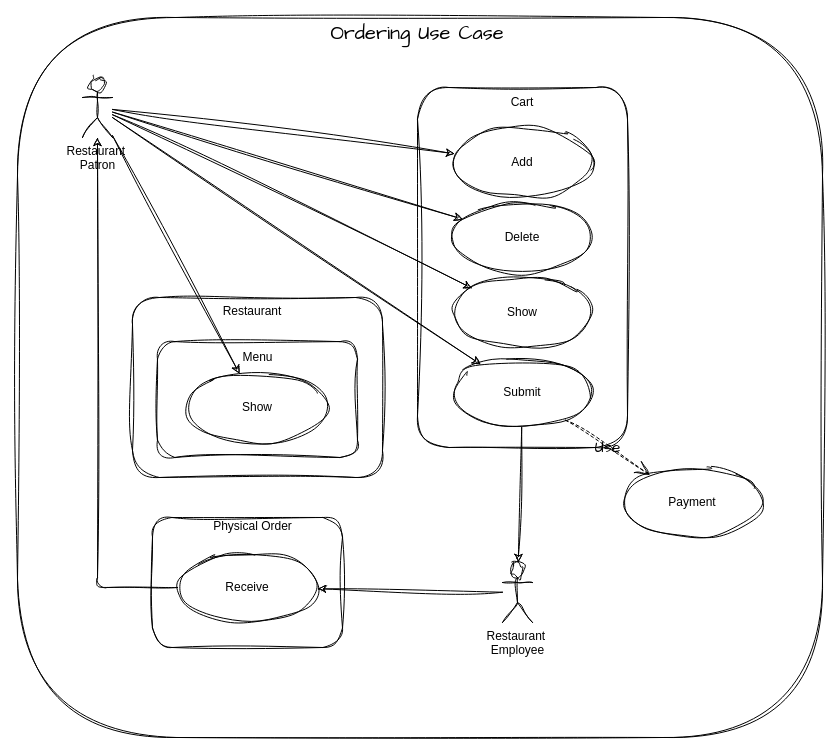
Above: page "OverallUseCase" (1 of 4) of diagrams/OrderingUseCase.drawio in k0nig1/verkauf-konig (draw.io), before the change. Source tidied: cells renumbered, new cells numbered last; positions are measured from the earlier drawing's top-left corner, leaving out a move shared by most shapes. Both pictures are drawn from the tidied source at 100%, with x=0, y=0 at pixel (17, 17).
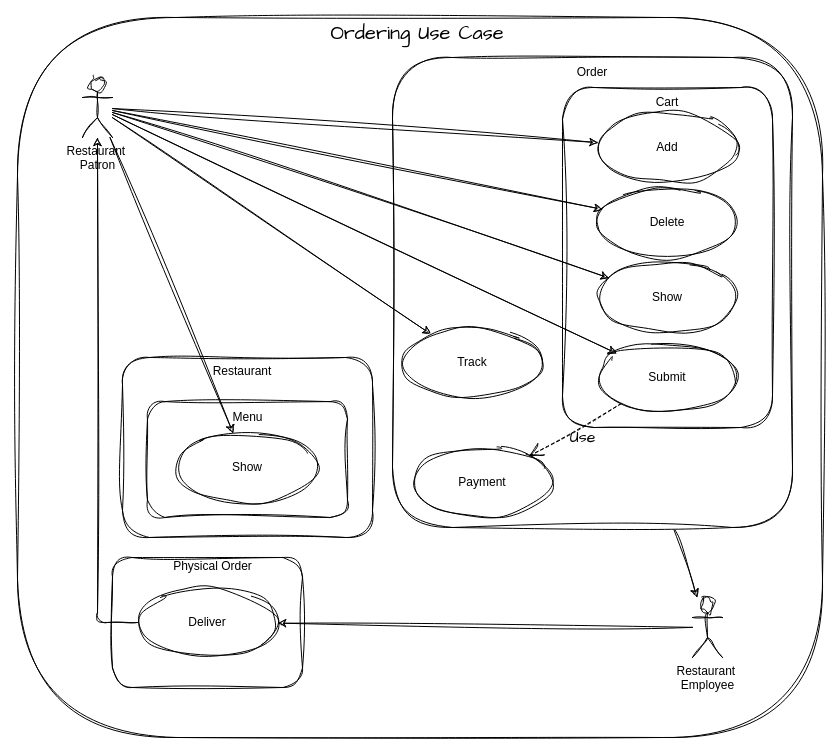
The same diagram, later.

Commit message (it also covers changes not shown here):
usecase diagram update

What changed in the source:
```diff
@@
-    <mxCell id="3" value="Ordering Use Case" style="text;html=1;strokeColor=none;fillColor=none;align=center;verticalAlign=middle;whiteSpace=wrap;rounded=0;fontSize=20;fontFamily=Architects Daughter;labelBackgroundColor=none;" parent="1" vertex="1">
-      <mxGeometry x="285" width="230" height="30" as="geometry" />
-    </mxCell>
-    <mxCell id="4" value="Restaurant&amp;nbsp;&lt;br&gt;Patron" style="shape=umlActor;verticalLabelPosition=bottom;verticalAlign=top;html=1;outlineConnect=0;sketch=1;curveFitting=1;jiggle=2;rounded=1;labelBackgroundColor=none;" parent="1" vertex="1">
-      <mxGeometry x="65" y="60" width="30" height="60" as="geometry" />
-    </mxCell>
-    <mxCell id="5" value="Restaurant&amp;nbsp;&lt;br&gt;Employee" style="shape=umlActor;verticalLabelPosition=bottom;verticalAlign=top;html=1;outlineConnect=0;sketch=1;curveFitting=1;jiggle=2;rounded=1;labelBackgroundColor=none;" parent="1" vertex="1">
-      <mxGeometry x="485" y="545" width="30" height="60" as="geometry" />
-    </mxCell>
-    <mxCell id="6" style="group;sketch=1;curveFitting=1;jiggle=2;labelBorderColor=default;rounded=1;labelBackgroundColor=none;" parent="1" vertex="1">
-      <mxGeometry x="400" y="70" width="210" height="360" as="geometry" />
-    </mxCell>
-    <mxCell id="7" style="group;sketch=1;curveFitting=1;jiggle=2;rounded=1;labelBackgroundColor=none;" parent="6" vertex="1">
-      <mxGeometry width="210" height="360" as="geometry" />
-    </mxCell>
+    <mxCell id="34" style="rounded=0;sketch=1;hachureGap=4;jiggle=2;curveFitting=1;jettySize=auto;html=1;fontFamily=Architects Daughter;fontSize=16;" parent="1" edge="1" source="35" target="5">
+      <mxGeometry relative="1" as="geometry" />
+    </mxCell>
+    <mxCell id="35" style="rounded=1;whiteSpace=wrap;html=1;sketch=1;hachureGap=4;jiggle=2;curveFitting=1;fontFamily=Architects Daughter;fontSize=20;" parent="1" vertex="1">
+      <mxGeometry x="375" y="40" width="400" height="470" as="geometry" />
+    </mxCell>
+    <mxCell id="36" style="group;" parent="1" vertex="1">
+      <mxGeometry x="545" y="70" width="210" height="340" as="geometry" />
+    </mxCell>
-    <mxCell id="8" style="rounded=1;whiteSpace=wrap;html=1;sketch=1;curveFitting=1;jiggle=2;labelBackgroundColor=none;" parent="7" vertex="1">
-      <mxGeometry width="210" height="360" as="geometry" />
+    <mxCell id="8" style="rounded=1;whiteSpace=wrap;html=1;sketch=1;curveFitting=1;jiggle=2;labelBackgroundColor=none;" parent="36" vertex="1">
+      <mxGeometry width="210" height="340" as="geometry" />
     </mxCell>
-    <mxCell id="9" value="Cart" style="text;html=1;align=center;verticalAlign=middle;whiteSpace=wrap;rounded=1;labelBackgroundColor=none;sketch=1;curveFitting=1;jiggle=2;" parent="7" vertex="1">
-      <mxGeometry x="75" width="60" height="30" as="geometry" />
-    </mxCell>
-    <mxCell id="10" value="Delete" style="ellipse;whiteSpace=wrap;html=1;sketch=1;curveFitting=1;jiggle=2;rounded=1;labelBackgroundColor=none;" parent="6" vertex="1">
-      <mxGeometry x="35" y="115" width="140" height="70" as="geometry" />
+    <mxCell id="10" value="Delete" style="ellipse;whiteSpace=wrap;html=1;sketch=1;curveFitting=1;jiggle=2;rounded=1;labelBackgroundColor=none;" parent="36" vertex="1">
+      <mxGeometry x="35" y="100" width="140" height="70" as="geometry" />
     </mxCell>
-    <mxCell id="11" value="Add" style="ellipse;whiteSpace=wrap;html=1;sketch=1;curveFitting=1;jiggle=2;rounded=1;labelBackgroundColor=none;" parent="6" vertex="1">
-      <mxGeometry x="35" y="40" width="140" height="70" as="geometry" />
+    <mxCell id="11" value="Add" style="ellipse;whiteSpace=wrap;html=1;sketch=1;curveFitting=1;jiggle=2;rounded=1;labelBackgroundColor=none;" parent="36" vertex="1">
+      <mxGeometry x="35" y="25" width="140" height="70" as="geometry" />
     </mxCell>
-    <mxCell id="12" value="Show" style="ellipse;whiteSpace=wrap;html=1;sketch=1;curveFitting=1;jiggle=2;rounded=1;labelBackgroundColor=none;" parent="6" vertex="1">
-      <mxGeometry x="35" y="190" width="140" height="70" as="geometry" />
+    <mxCell id="12" value="Show" style="ellipse;whiteSpace=wrap;html=1;sketch=1;curveFitting=1;jiggle=2;rounded=1;labelBackgroundColor=none;" parent="36" vertex="1">
+      <mxGeometry x="35" y="175" width="140" height="70" as="geometry" />
     </mxCell>
-    <mxCell id="13" value="Submit" style="ellipse;whiteSpace=wrap;html=1;sketch=1;curveFitting=1;jiggle=2;rounded=1;labelBackgroundColor=none;" parent="6" vertex="1">
-      <mxGeometry x="35" y="270" width="140" height="70" as="geometry" />
+    <mxCell id="13" value="Submit" style="ellipse;whiteSpace=wrap;html=1;sketch=1;curveFitting=1;jiggle=2;rounded=1;labelBackgroundColor=none;" parent="36" vertex="1">
+      <mxGeometry x="35" y="255" width="140" height="70" as="geometry" />
     </mxCell>
-    <mxCell id="14" style="rounded=1;jettySize=auto;html=1;sketch=1;curveFitting=1;jiggle=2;labelBackgroundColor=none;fontColor=default;" parent="1" edge="1" source="13" target="5">
-      <mxGeometry relative="1" as="geometry" />
-    </mxCell>
+    <mxCell id="9" value="Cart" style="text;html=1;align=center;verticalAlign=middle;whiteSpace=wrap;rounded=1;labelBackgroundColor=none;sketch=1;curveFitting=1;jiggle=2;" parent="36" vertex="1">
+      <mxGeometry x="75" width="60" height="30" as="geometry" />
+    </mxCell>
+    <mxCell id="3" value="Ordering Use Case" style="text;html=1;strokeColor=none;fillColor=none;align=center;verticalAlign=middle;whiteSpace=wrap;rounded=0;fontSize=20;fontFamily=Architects Daughter;labelBackgroundColor=none;" parent="1" vertex="1">
+      <mxGeometry x="285" width="230" height="30" as="geometry" />
+    </mxCell>
+    <mxCell id="4" value="Restaurant&amp;nbsp;&lt;br&gt;Patron" style="shape=umlActor;verticalLabelPosition=bottom;verticalAlign=top;html=1;outlineConnect=0;sketch=1;curveFitting=1;jiggle=2;rounded=1;labelBackgroundColor=none;" parent="1" vertex="1">
+      <mxGeometry x="65" y="60" width="30" height="60" as="geometry" />
+    </mxCell>
+    <mxCell id="5" value="Restaurant&amp;nbsp;&lt;br&gt;Employee" style="shape=umlActor;verticalLabelPosition=bottom;verticalAlign=top;html=1;outlineConnect=0;sketch=1;curveFitting=1;jiggle=2;rounded=1;labelBackgroundColor=none;" parent="1" vertex="1">
+      <mxGeometry x="675" y="580" width="30" height="60" as="geometry" />
+    </mxCell>
@@
     <mxCell id="19" value="Payment" style="ellipse;whiteSpace=wrap;html=1;sketch=1;curveFitting=1;jiggle=2;rounded=1;labelBackgroundColor=none;" parent="1" vertex="1">
-      <mxGeometry x="605" y="450" width="140" height="70" as="geometry" />
+      <mxGeometry x="395" y="430" width="140" height="70" as="geometry" />
     </mxCell>
     <mxCell id="20" value="Use" style="endArrow=open;endSize=12;dashed=1;html=1;rounded=1;sketch=1;hachureGap=4;jiggle=2;curveFitting=1;fontFamily=Architects Daughter;fontSize=16;labelBackgroundColor=none;fontColor=default;" parent="1" edge="1" source="13" target="19">
-      <mxGeometry relative="1" as="geometry" />
+      <mxGeometry x="-0.05" y="10" relative="1" as="geometry" />
     </mxCell>
-    <mxCell id="21" style="group;labelBackgroundColor=none;" parent="1" vertex="1">
-      <mxGeometry x="135" y="500" width="190" height="130" as="geometry" />
-    </mxCell>
-    <mxCell id="22" style="rounded=1;whiteSpace=wrap;html=1;sketch=1;curveFitting=1;jiggle=2;labelBackgroundColor=none;" parent="21" vertex="1">
-      <mxGeometry width="190" height="130" as="geometry" />
-    </mxCell>
-    <mxCell id="23" value="Physical Order" style="text;html=1;align=center;verticalAlign=middle;whiteSpace=wrap;rounded=1;labelBackgroundColor=none;sketch=1;curveFitting=1;jiggle=2;" parent="21" vertex="1">
-      <mxGeometry x="59.8" width="80.8" height="17.7" as="geometry" />
-    </mxCell>
-    <mxCell id="24" value="Receive" style="ellipse;whiteSpace=wrap;html=1;sketch=1;curveFitting=1;jiggle=2;rounded=1;labelBackgroundColor=none;" parent="1" vertex="1">
-      <mxGeometry x="160" y="535" width="140" height="70" as="geometry" />
-    </mxCell>
-    <mxCell id="25" style="rounded=1;jettySize=auto;html=1;sketch=1;curveFitting=1;jiggle=2;labelBackgroundColor=none;fontColor=default;" parent="1" edge="1" source="5" target="24">
-      <mxGeometry relative="1" as="geometry" />
-    </mxCell>
-    <mxCell id="26" style="rounded=1;jettySize=auto;html=1;edgeStyle=orthogonalEdgeStyle;sketch=1;curveFitting=1;jiggle=2;labelBackgroundColor=none;fontColor=default;" parent="1" edge="1" source="24" target="4">
-      <mxGeometry relative="1" as="geometry" />
-    </mxCell>
     <mxCell id="27" style="group;labelBackgroundColor=none;" parent="1" vertex="1">
-      <mxGeometry x="115" y="280" width="250" height="180" as="geometry" />
+      <mxGeometry x="105" y="340" width="250" height="180" as="geometry" />
     </mxCell>
@@
+    <mxCell id="37" value="Order" style="text;html=1;align=center;verticalAlign=middle;whiteSpace=wrap;rounded=1;labelBackgroundColor=none;sketch=1;curveFitting=1;jiggle=2;" parent="1" vertex="1">
+      <mxGeometry x="545" y="40" width="60" height="30" as="geometry" />
+    </mxCell>
+    <mxCell id="38" style="rounded=1;jettySize=auto;html=1;sketch=1;curveFitting=1;jiggle=2;labelBackgroundColor=none;fontColor=default;" parent="1" edge="1" source="4" target="39">
+      <mxGeometry relative="1" as="geometry" />
+    </mxCell>
+    <mxCell id="39" value="Track" style="ellipse;whiteSpace=wrap;html=1;sketch=1;curveFitting=1;jiggle=2;rounded=1;labelBackgroundColor=none;" parent="1" vertex="1">
+      <mxGeometry x="385" y="310" width="140" height="70" as="geometry" />
+    </mxCell>
+    <mxCell id="40" style="group;" parent="1" vertex="1">
+      <mxGeometry x="95" y="540" width="190" height="130" as="geometry" />
+    </mxCell>
+    <mxCell id="21" style="group;labelBackgroundColor=none;" parent="40" vertex="1">
+      <mxGeometry width="190" height="130" as="geometry" />
+    </mxCell>
+    <mxCell id="22" style="rounded=1;whiteSpace=wrap;html=1;sketch=1;curveFitting=1;jiggle=2;labelBackgroundColor=none;" parent="21" vertex="1">
+      <mxGeometry width="190" height="130" as="geometry" />
+    </mxCell>
+    <mxCell id="23" value="Physical Order" style="text;html=1;align=center;verticalAlign=middle;whiteSpace=wrap;rounded=1;labelBackgroundColor=none;sketch=1;curveFitting=1;jiggle=2;" parent="21" vertex="1">
+      <mxGeometry x="59.8" width="80.8" height="17.7" as="geometry" />
+    </mxCell>
+    <mxCell id="41" value="Deliver" style="ellipse;whiteSpace=wrap;html=1;sketch=1;curveFitting=1;jiggle=2;rounded=1;labelBackgroundColor=none;" parent="21" vertex="1">
+      <mxGeometry x="25" y="30" width="140" height="70" as="geometry" />
+    </mxCell>
+    <mxCell id="25" style="rounded=1;jettySize=auto;html=1;sketch=1;curveFitting=1;jiggle=2;labelBackgroundColor=none;fontColor=default;" parent="1" edge="1" source="5" target="41">
+      <mxGeometry relative="1" as="geometry" />
+    </mxCell>
+    <mxCell id="26" style="rounded=1;jettySize=auto;html=1;edgeStyle=orthogonalEdgeStyle;sketch=1;curveFitting=1;jiggle=2;labelBackgroundColor=none;fontColor=default;" parent="1" edge="1" source="41" target="4">
+      <mxGeometry relative="1" as="geometry" />
+    </mxCell>
```
